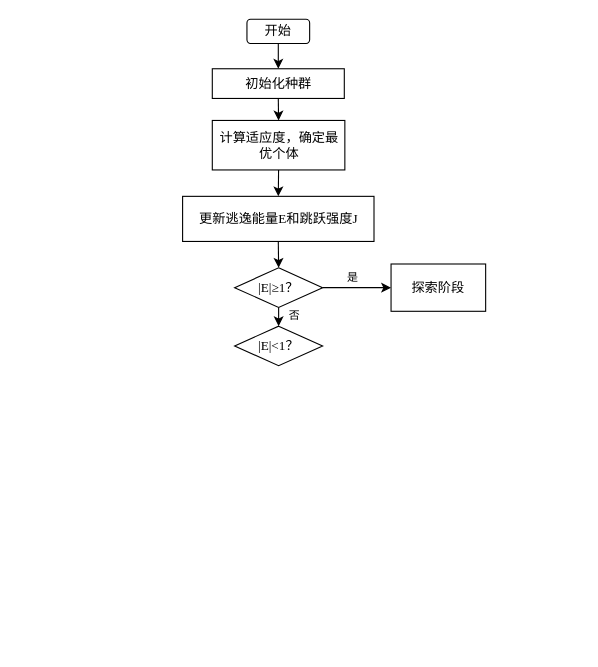
The draw.io diagram 未命名绘图.drawio in Nekoacy/Nekoac.github.io, before the edit. Source tidied: cells renumbered, new cells numbered last; positions are measured from the earlier drawing's top-left corner, leaving out a move shared by most shapes. Both pictures are drawn from the tidied source at 110%, with x=0, y=0 at pixel (182, 19).
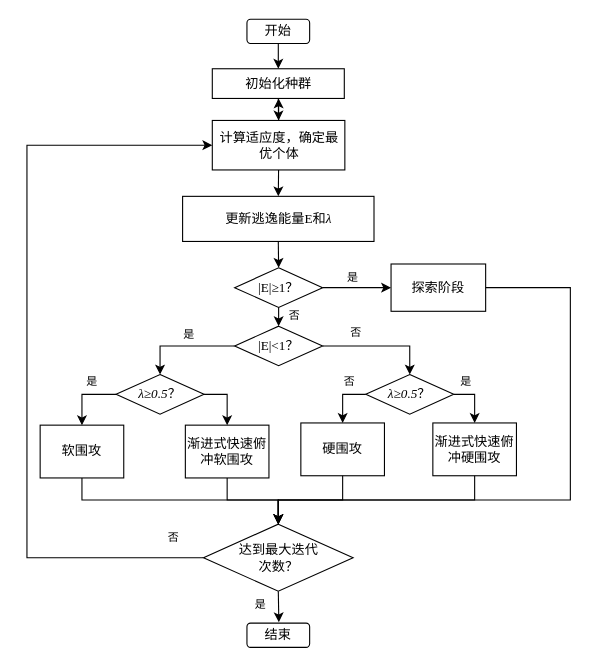
The same diagram, later.

What changed in the source:
```diff
@@
+    <mxCell id="18" style="group;" parent="1" vertex="1">
+      <mxGeometry x="-141" width="494" height="571" as="geometry" />
+    </mxCell>
+    <mxCell id="3" value="&lt;font face=&quot;宋体&quot;&gt;开始&lt;/font&gt;" style="rounded=1;whiteSpace=wrap;html=1;fontSize=12;glass=0;strokeWidth=1;shadow=0;" parent="18" vertex="1">
+      <mxGeometry x="200" width="57" height="22" as="geometry" />
+    </mxCell>
+    <mxCell id="5" value="&lt;font face=&quot;宋体&quot;&gt;初始化种群&lt;/font&gt;" style="rounded=0;whiteSpace=wrap;html=1;" parent="18" vertex="1">
+      <mxGeometry x="168.5" y="45" width="120" height="27" as="geometry" />
+    </mxCell>
-    <mxCell id="2" style="edgeStyle=orthogonalEdgeStyle;rounded=0;jettySize=auto;html=1;entryX=0.5;entryY=0;entryDx=0;entryDy=0;" parent="1" edge="1" source="3" target="5">
+    <mxCell id="2" style="edgeStyle=orthogonalEdgeStyle;rounded=0;jettySize=auto;html=1;entryX=0.5;entryY=0;entryDx=0;entryDy=0;" parent="18" edge="1" source="3" target="5">
       <mxGeometry relative="1" as="geometry" />
     </mxCell>
-    <mxCell id="3" value="开始" style="rounded=1;whiteSpace=wrap;html=1;fontSize=12;glass=0;strokeWidth=1;shadow=0;" parent="1" vertex="1">
-      <mxGeometry x="59" width="57" height="22" as="geometry" />
-    </mxCell>
+    <mxCell id="19" style="edgeStyle=orthogonalEdgeStyle;rounded=0;jettySize=auto;html=1;" parent="18" edge="1" source="7" target="5">
+      <mxGeometry relative="1" as="geometry" />
+    </mxCell>
+    <mxCell id="7" value="&lt;font face=&quot;宋体&quot;&gt;计算适应度，确定最优个体&lt;/font&gt;" style="rounded=0;whiteSpace=wrap;html=1;" parent="18" vertex="1">
+      <mxGeometry x="168.5" y="92" width="120.5" height="45" as="geometry" />
+    </mxCell>
-    <mxCell id="4" style="edgeStyle=orthogonalEdgeStyle;rounded=0;jettySize=auto;html=1;exitX=0.5;exitY=1;exitDx=0;exitDy=0;entryX=0.5;entryY=0;entryDx=0;entryDy=0;" parent="1" edge="1" source="5" target="7">
+    <mxCell id="4" style="edgeStyle=orthogonalEdgeStyle;rounded=0;jettySize=auto;html=1;exitX=0.5;exitY=1;exitDx=0;exitDy=0;entryX=0.5;entryY=0;entryDx=0;entryDy=0;" parent="18" edge="1" source="5" target="7">
       <mxGeometry relative="1" as="geometry" />
     </mxCell>
-    <mxCell id="5" value="&lt;font face=&quot;Helvetica&quot;&gt;初始化种群&lt;/font&gt;" style="rounded=0;whiteSpace=wrap;html=1;" parent="1" vertex="1">
-      <mxGeometry x="27.5" y="45" width="120" height="27" as="geometry" />
-    </mxCell>
+    <mxCell id="9" value="&lt;font face=&quot;宋体&quot;&gt;更新逃逸能量&lt;/font&gt;&lt;font face=&quot;Times New Roman&quot;&gt;E&lt;/font&gt;&lt;font face=&quot;宋体&quot;&gt;和&lt;/font&gt;&lt;font style=&quot;&quot; face=&quot;Times New Roman&quot;&gt;&lt;i&gt;λ&lt;/i&gt;&lt;/font&gt;" style="rounded=0;whiteSpace=wrap;html=1;" parent="18" vertex="1">
+      <mxGeometry x="141.5" y="161" width="174" height="41" as="geometry" />
+    </mxCell>
-    <mxCell id="6" style="edgeStyle=orthogonalEdgeStyle;rounded=0;jettySize=auto;html=1;exitX=0.5;exitY=1;exitDx=0;exitDy=0;entryX=0.5;entryY=0;entryDx=0;entryDy=0;" parent="1" edge="1" source="7" target="9">
+    <mxCell id="6" style="edgeStyle=orthogonalEdgeStyle;rounded=0;jettySize=auto;html=1;exitX=0.5;exitY=1;exitDx=0;exitDy=0;entryX=0.5;entryY=0;entryDx=0;entryDy=0;" parent="18" edge="1" source="7" target="9">
       <mxGeometry relative="1" as="geometry" />
     </mxCell>
-    <mxCell id="7" value="计算适应度，确定最优个体" style="rounded=0;whiteSpace=wrap;html=1;" parent="1" vertex="1">
-      <mxGeometry x="27.5" y="92" width="120.5" height="45" as="geometry" />
-    </mxCell>
+    <mxCell id="12" value="&lt;font face=&quot;Times New Roman&quot;&gt;|E|≥1？&lt;/font&gt;" style="rhombus;whiteSpace=wrap;html=1;" parent="18" vertex="1">
+      <mxGeometry x="188.8" y="226" width="80" height="36" as="geometry" />
+    </mxCell>
-    <mxCell id="8" style="edgeStyle=orthogonalEdgeStyle;rounded=0;jettySize=auto;html=1;exitX=0.5;exitY=1;exitDx=0;exitDy=0;entryX=0.5;entryY=0;entryDx=0;entryDy=0;" parent="1" edge="1" source="9" target="12">
+    <mxCell id="8" style="edgeStyle=orthogonalEdgeStyle;rounded=0;jettySize=auto;html=1;exitX=0.5;exitY=1;exitDx=0;exitDy=0;entryX=0.5;entryY=0;entryDx=0;entryDy=0;" parent="18" edge="1" source="9" target="12">
       <mxGeometry relative="1" as="geometry" />
     </mxCell>
-    <mxCell id="9" value="更新逃逸能量&lt;font face=&quot;Times New Roman&quot;&gt;E&lt;/font&gt;和跳跃强度&lt;font face=&quot;Times New Roman&quot;&gt;J&lt;/font&gt;" style="rounded=0;whiteSpace=wrap;html=1;" parent="1" vertex="1">
-      <mxGeometry x="0.5" y="161" width="174" height="41" as="geometry" />
-    </mxCell>
+    <mxCell id="13" value="&lt;font face=&quot;宋体&quot;&gt;探索阶段&lt;/font&gt;" style="rounded=0;whiteSpace=wrap;html=1;" parent="18" vertex="1">
+      <mxGeometry x="331" y="222.5" width="86" height="43" as="geometry" />
+    </mxCell>
-    <mxCell id="10" style="edgeStyle=orthogonalEdgeStyle;rounded=0;jettySize=auto;html=1;exitX=1;exitY=0.5;exitDx=0;exitDy=0;entryX=0;entryY=0.5;entryDx=0;entryDy=0;" parent="1" edge="1" source="12" target="13">
+    <mxCell id="10" style="edgeStyle=orthogonalEdgeStyle;rounded=0;jettySize=auto;html=1;exitX=1;exitY=0.5;exitDx=0;exitDy=0;entryX=0;entryY=0.5;entryDx=0;entryDy=0;" parent="18" edge="1" source="12" target="13">
       <mxGeometry relative="1" as="geometry" />
     </mxCell>
-    <mxCell id="11" style="edgeStyle=orthogonalEdgeStyle;rounded=0;jettySize=auto;html=1;exitX=0.5;exitY=1;exitDx=0;exitDy=0;entryX=0.5;entryY=0;entryDx=0;entryDy=0;" parent="1" edge="1" source="12" target="16">
-      <mxGeometry relative="1" as="geometry" />
-    </mxCell>
-    <mxCell id="12" value="&lt;font face=&quot;Times New Roman&quot;&gt;|E|≥1？&lt;/font&gt;" style="rhombus;whiteSpace=wrap;html=1;" parent="1" vertex="1">
-      <mxGeometry x="47.8" y="226" width="80" height="36" as="geometry" />
-    </mxCell>
-    <mxCell id="13" value="探索阶段" style="rounded=0;whiteSpace=wrap;html=1;" parent="1" vertex="1">
-      <mxGeometry x="190" y="222.5" width="86" height="43" as="geometry" />
-    </mxCell>
-    <mxCell id="14" value="&lt;font style=&quot;font-size: 10px; font-weight: normal;&quot;&gt;是&lt;/font&gt;" style="text;strokeColor=none;fillColor=none;html=1;fontSize=24;fontStyle=1;verticalAlign=middle;align=center;" parent="1" vertex="1">
-      <mxGeometry x="141" y="218" width="28" height="23" as="geometry" />
+    <mxCell id="14" value="&lt;font face=&quot;宋体&quot; style=&quot;font-size: 10px; font-weight: normal;&quot;&gt;是&lt;/font&gt;" style="text;strokeColor=none;fillColor=none;html=1;fontSize=24;fontStyle=1;verticalAlign=middle;align=center;" parent="18" vertex="1">
+      <mxGeometry x="282" y="218" width="28" height="23" as="geometry" />
     </mxCell>
-    <mxCell id="15" style="edgeStyle=orthogonalEdgeStyle;rounded=0;orthogonalLoop=1;jettySize=auto;html=1;exitX=0.5;exitY=1;exitDx=0;exitDy=0;" parent="1" edge="1" source="12" target="12">
+    <mxCell id="15" style="edgeStyle=orthogonalEdgeStyle;rounded=0;orthogonalLoop=1;jettySize=auto;html=1;exitX=0.5;exitY=1;exitDx=0;exitDy=0;" parent="18" edge="1" source="12" target="12">
       <mxGeometry relative="1" as="geometry" />
     </mxCell>
-    <mxCell id="16" value="&lt;font face=&quot;Times New Roman&quot;&gt;|E|&amp;lt;1？&lt;/font&gt;" style="rhombus;whiteSpace=wrap;html=1;" parent="1" vertex="1">
-      <mxGeometry x="47.8" y="279" width="80" height="36" as="geometry" />
+    <mxCell id="16" value="&lt;font face=&quot;Times New Roman&quot;&gt;|E|&amp;lt;1？&lt;/font&gt;" style="rhombus;whiteSpace=wrap;html=1;" parent="18" vertex="1">
+      <mxGeometry x="188.8" y="279" width="80" height="36" as="geometry" />
     </mxCell>
+    <mxCell id="11" style="edgeStyle=orthogonalEdgeStyle;rounded=0;jettySize=auto;html=1;exitX=0.5;exitY=1;exitDx=0;exitDy=0;entryX=0.5;entryY=0;entryDx=0;entryDy=0;" parent="18" edge="1" source="12" target="16">
+      <mxGeometry relative="1" as="geometry" />
+    </mxCell>
-    <mxCell id="17" value="&lt;span style=&quot;font-size: 10px; font-weight: 400;&quot;&gt;否&lt;/span&gt;" style="text;strokeColor=none;fillColor=none;html=1;fontSize=24;fontStyle=1;verticalAlign=middle;align=center;" parent="1" vertex="1">
-      <mxGeometry x="88" y="253" width="28" height="23" as="geometry" />
+    <mxCell id="17" value="&lt;span style=&quot;font-size: 10px; font-weight: 400;&quot;&gt;&lt;font face=&quot;宋体&quot;&gt;否&lt;/font&gt;&lt;/span&gt;" style="text;strokeColor=none;fillColor=none;html=1;fontSize=24;fontStyle=1;verticalAlign=middle;align=center;" parent="18" vertex="1">
+      <mxGeometry x="229" y="253" width="28" height="23" as="geometry" />
     </mxCell>
+    <mxCell id="20" value="&lt;i style=&quot;border-color: var(--border-color);&quot;&gt;&lt;font style=&quot;border-color: var(--border-color);&quot; face=&quot;Times New Roman&quot;&gt;λ≥0.5&lt;/font&gt;&lt;/i&gt;&lt;font face=&quot;Times New Roman&quot;&gt;？&lt;/font&gt;" style="rhombus;whiteSpace=wrap;html=1;" parent="18" vertex="1">
+      <mxGeometry x="81" y="323" width="80" height="36" as="geometry" />
+    </mxCell>
+    <mxCell id="21" style="edgeStyle=orthogonalEdgeStyle;rounded=0;jettySize=auto;html=1;exitX=0;exitY=0.5;exitDx=0;exitDy=0;entryX=0.5;entryY=0;entryDx=0;entryDy=0;" parent="18" edge="1" source="16" target="20">
+      <mxGeometry relative="1" as="geometry" />
+    </mxCell>
+    <mxCell id="22" value="&lt;i style=&quot;border-color: var(--border-color);&quot;&gt;&lt;font style=&quot;border-color: var(--border-color);&quot; face=&quot;Times New Roman&quot;&gt;λ≥0.5&lt;/font&gt;&lt;/i&gt;&lt;font face=&quot;Times New Roman&quot;&gt;？&lt;/font&gt;" style="rhombus;whiteSpace=wrap;html=1;" parent="18" vertex="1">
+      <mxGeometry x="308" y="323" width="80" height="36" as="geometry" />
+    </mxCell>
+    <mxCell id="23" style="edgeStyle=orthogonalEdgeStyle;rounded=0;jettySize=auto;html=1;exitX=1;exitY=0.5;exitDx=0;exitDy=0;entryX=0.5;entryY=0;entryDx=0;entryDy=0;" parent="18" edge="1" source="16" target="22">
+      <mxGeometry relative="1" as="geometry" />
+    </mxCell>
+    <mxCell id="24" value="&lt;font style=&quot;font-size: 10px; font-weight: normal;&quot;&gt;是&lt;/font&gt;" style="text;strokeColor=none;fillColor=none;html=1;fontSize=24;fontStyle=1;verticalAlign=middle;align=center;" parent="18" vertex="1">
+      <mxGeometry x="133" y="270" width="28" height="23" as="geometry" />
+    </mxCell>
+    <mxCell id="25" value="&lt;span style=&quot;font-size: 10px; font-weight: 400;&quot;&gt;&lt;font face=&quot;宋体&quot;&gt;否&lt;/font&gt;&lt;/span&gt;" style="text;strokeColor=none;fillColor=none;html=1;fontSize=24;fontStyle=1;verticalAlign=middle;align=center;" parent="18" vertex="1">
+      <mxGeometry x="285" y="268" width="28" height="23" as="geometry" />
+    </mxCell>
+    <mxCell id="26" value="&lt;font face=&quot;宋体&quot;&gt;软围攻&lt;/font&gt;" style="rounded=0;whiteSpace=wrap;html=1;" parent="18" vertex="1">
+      <mxGeometry x="12" y="369" width="76" height="48" as="geometry" />
+    </mxCell>
+    <mxCell id="27" style="edgeStyle=orthogonalEdgeStyle;rounded=0;jettySize=auto;html=1;exitX=0;exitY=0.5;exitDx=0;exitDy=0;entryX=0.5;entryY=0;entryDx=0;entryDy=0;" parent="18" edge="1" source="20" target="26">
+      <mxGeometry relative="1" as="geometry" />
+    </mxCell>
+    <mxCell id="28" value="&lt;font face=&quot;宋体&quot;&gt;渐进式快速俯冲软围攻&lt;/font&gt;" style="rounded=0;whiteSpace=wrap;html=1;" parent="18" vertex="1">
+      <mxGeometry x="144" y="369" width="76" height="48" as="geometry" />
+    </mxCell>
+    <mxCell id="29" style="edgeStyle=orthogonalEdgeStyle;rounded=0;jettySize=auto;html=1;exitX=1;exitY=0.5;exitDx=0;exitDy=0;entryX=0.5;entryY=0;entryDx=0;entryDy=0;" parent="18" edge="1" source="20" target="28">
+      <mxGeometry relative="1" as="geometry" />
+    </mxCell>
+    <mxCell id="30" value="&lt;font face=&quot;宋体&quot; style=&quot;font-size: 10px; font-weight: normal;&quot;&gt;是&lt;/font&gt;" style="text;strokeColor=none;fillColor=none;html=1;fontSize=24;fontStyle=1;verticalAlign=middle;align=center;" parent="18" vertex="1">
+      <mxGeometry x="45" y="313" width="28" height="23" as="geometry" />
+    </mxCell>
+    <mxCell id="31" value="&lt;font face=&quot;宋体&quot;&gt;渐进式快速俯冲硬围攻&lt;/font&gt;" style="rounded=0;whiteSpace=wrap;html=1;" parent="18" vertex="1">
+      <mxGeometry x="369" y="367" width="76" height="48" as="geometry" />
+    </mxCell>
+    <mxCell id="32" style="edgeStyle=orthogonalEdgeStyle;rounded=0;jettySize=auto;html=1;exitX=1;exitY=0.5;exitDx=0;exitDy=0;entryX=0.5;entryY=0;entryDx=0;entryDy=0;" parent="18" edge="1" source="22" target="31">
+      <mxGeometry relative="1" as="geometry" />
+    </mxCell>
+    <mxCell id="33" value="&lt;font face=&quot;宋体&quot;&gt;硬围攻&lt;/font&gt;" style="rounded=0;whiteSpace=wrap;html=1;" parent="18" vertex="1">
+      <mxGeometry x="249" y="367" width="76" height="48" as="geometry" />
+    </mxCell>
+    <mxCell id="34" style="edgeStyle=orthogonalEdgeStyle;rounded=0;jettySize=auto;html=1;exitX=0;exitY=0.5;exitDx=0;exitDy=0;entryX=0.5;entryY=0;entryDx=0;entryDy=0;" parent="18" edge="1" source="22" target="33">
+      <mxGeometry relative="1" as="geometry" />
+    </mxCell>
+    <mxCell id="35" value="&lt;span style=&quot;font-size: 10px; font-weight: 400;&quot;&gt;否&lt;/span&gt;" style="text;strokeColor=none;fillColor=none;html=1;fontSize=24;fontStyle=1;verticalAlign=middle;align=center;" parent="18" vertex="1">
+      <mxGeometry x="279" y="313" width="28" height="23" as="geometry" />
+    </mxCell>
+    <mxCell id="36" value="&lt;font face=&quot;宋体&quot; style=&quot;font-size: 10px; font-weight: normal;&quot;&gt;是&lt;/font&gt;" style="text;strokeColor=none;fillColor=none;html=1;fontSize=24;fontStyle=1;verticalAlign=middle;align=center;" parent="18" vertex="1">
+      <mxGeometry x="385" y="313" width="28" height="23" as="geometry" />
+    </mxCell>
+    <mxCell id="37" style="edgeStyle=orthogonalEdgeStyle;rounded=0;jettySize=auto;html=1;exitX=0;exitY=0.5;exitDx=0;exitDy=0;entryX=0;entryY=0.5;entryDx=0;entryDy=0;" parent="18" edge="1" source="39" target="7">
+      <mxGeometry relative="1" as="geometry">
+        <Array as="points">
+          <mxPoint y="490" />
+          <mxPoint y="115" />
+        </Array>
+      </mxGeometry>
+    </mxCell>
+    <mxCell id="38" style="edgeStyle=orthogonalEdgeStyle;rounded=0;jettySize=auto;html=1;exitX=0.5;exitY=1;exitDx=0;exitDy=0;" parent="18" edge="1" source="39">
+      <mxGeometry relative="1" as="geometry">
+        <mxPoint x="229" y="548.2" as="targetPoint" />
+      </mxGeometry>
+    </mxCell>
+    <mxCell id="39" value="&lt;font face=&quot;宋体&quot;&gt;达到最大迭代&lt;br&gt;次数？&lt;/font&gt;" style="rhombus;whiteSpace=wrap;html=1;" parent="18" vertex="1">
+      <mxGeometry x="160.5" y="459" width="136" height="61" as="geometry" />
+    </mxCell>
+    <mxCell id="40" style="edgeStyle=orthogonalEdgeStyle;rounded=0;jettySize=auto;html=1;exitX=1;exitY=0.5;exitDx=0;exitDy=0;entryX=0.5;entryY=0;entryDx=0;entryDy=0;" parent="18" edge="1" source="13" target="39">
+      <mxGeometry relative="1" as="geometry">
+        <Array as="points">
+          <mxPoint x="494" y="244" />
+          <mxPoint x="494" y="437" />
+          <mxPoint x="229" y="437" />
+        </Array>
+      </mxGeometry>
+    </mxCell>
+    <mxCell id="41" style="edgeStyle=orthogonalEdgeStyle;rounded=0;jettySize=auto;html=1;exitX=0.5;exitY=1;exitDx=0;exitDy=0;entryX=0.5;entryY=0;entryDx=0;entryDy=0;" parent="18" edge="1" source="26" target="39">
+      <mxGeometry relative="1" as="geometry">
+        <Array as="points">
+          <mxPoint x="50" y="437" />
+          <mxPoint x="229" y="437" />
+        </Array>
+      </mxGeometry>
+    </mxCell>
+    <mxCell id="42" style="edgeStyle=orthogonalEdgeStyle;rounded=0;jettySize=auto;html=1;exitX=0.5;exitY=1;exitDx=0;exitDy=0;entryX=0.5;entryY=0;entryDx=0;entryDy=0;" parent="18" edge="1" source="28" target="39">
+      <mxGeometry relative="1" as="geometry">
+        <Array as="points">
+          <mxPoint x="182" y="437" />
+          <mxPoint x="229" y="437" />
+        </Array>
+      </mxGeometry>
+    </mxCell>
+    <mxCell id="43" style="edgeStyle=orthogonalEdgeStyle;rounded=0;jettySize=auto;html=1;exitX=0.5;exitY=1;exitDx=0;exitDy=0;entryX=0.5;entryY=0;entryDx=0;entryDy=0;" parent="18" edge="1" source="31" target="39">
+      <mxGeometry relative="1" as="geometry" />
+    </mxCell>
+    <mxCell id="44" style="edgeStyle=orthogonalEdgeStyle;rounded=0;orthogonalLoop=1;jettySize=auto;html=1;exitX=0.5;exitY=1;exitDx=0;exitDy=0;" parent="18" edge="1" source="39" target="39">
+      <mxGeometry relative="1" as="geometry" />
+    </mxCell>
+    <mxCell id="45" value="&lt;span style=&quot;font-size: 10px; font-weight: 400;&quot;&gt;&lt;font face=&quot;宋体&quot;&gt;否&lt;/font&gt;&lt;/span&gt;" style="text;strokeColor=none;fillColor=none;html=1;fontSize=24;fontStyle=1;verticalAlign=middle;align=center;" parent="18" vertex="1">
+      <mxGeometry x="119" y="455" width="28" height="23" as="geometry" />
+    </mxCell>
+    <mxCell id="46" value="&lt;font style=&quot;font-size: 10px; font-weight: normal;&quot;&gt;是&lt;/font&gt;" style="text;strokeColor=none;fillColor=none;html=1;fontSize=24;fontStyle=1;verticalAlign=middle;align=center;" parent="18" vertex="1">
+      <mxGeometry x="198" y="516" width="28" height="23" as="geometry" />
+    </mxCell>
+    <mxCell id="47" value="&lt;font face=&quot;宋体&quot;&gt;结束&lt;/font&gt;" style="rounded=1;whiteSpace=wrap;html=1;fontSize=12;glass=0;strokeWidth=1;shadow=0;" parent="18" vertex="1">
+      <mxGeometry x="200" y="549" width="57" height="22" as="geometry" />
+    </mxCell>
+    <mxCell id="48" style="edgeStyle=orthogonalEdgeStyle;rounded=0;jettySize=auto;html=1;exitX=0.5;exitY=1;exitDx=0;exitDy=0;entryX=0.5;entryY=0;entryDx=0;entryDy=0;" parent="18" edge="1" source="33" target="39">
+      <mxGeometry relative="1" as="geometry" />
+    </mxCell>
```
